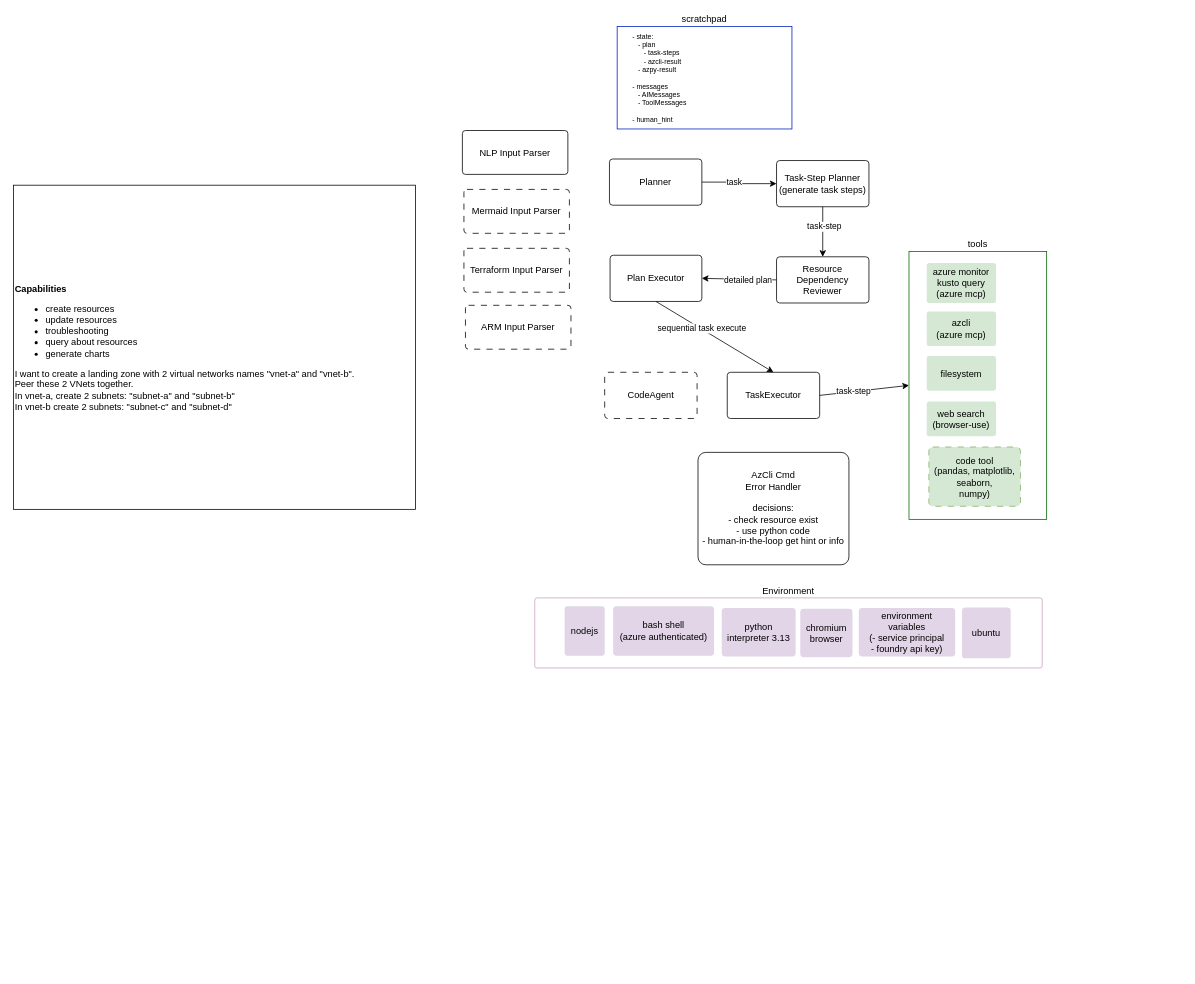
The draw.io diagram docs/system_design.drawio in weixian-zhang/lena.ai, before the edit. Source tidied: cells renumbered, new cells numbered last; positions are measured from the earlier drawing's top-left corner, leaving out a move shared by most shapes. Both pictures are drawn from the tidied source at 77%, with x=0, y=0 at pixel (13, 26).
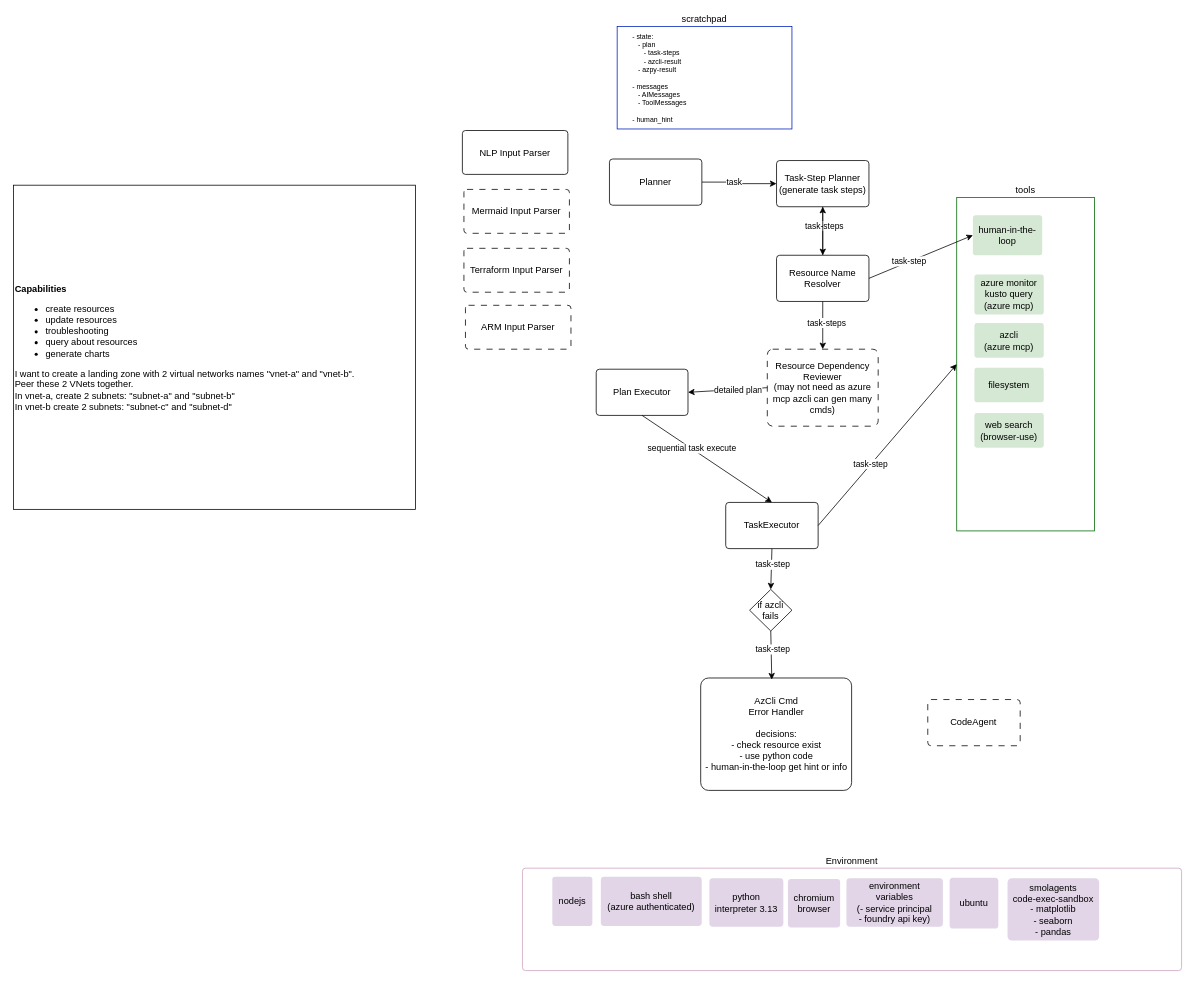
The same page after the edit.

Commit message (it also covers changes not shown here):
doc: updated system diagram

Unchanged cells that the change refers to:
```xml
<mxCell id="15" value="Task-Step Planner&lt;div&gt;(generate task steps)&lt;/div&gt;" style="rounded=1;whiteSpace=wrap;html=1;arcSize=7;" parent="1" vertex="1">
  <mxGeometry x="991" y="174" width="120" height="60" as="geometry" />
</mxCell>
```

Diff of the diagram source:
```diff
@@
     <mxCell id="3" value="tools" style="rounded=0;whiteSpace=wrap;html=1;fillColor=none;labelPosition=center;verticalLabelPosition=top;align=center;verticalAlign=bottom;strokeColor=#006600;" parent="1" vertex="1">
-      <mxGeometry x="1163" y="292" width="178.8" height="348" as="geometry" />
+      <mxGeometry x="1225" y="222" width="178.8" height="433" as="geometry" />
     </mxCell>
     <mxCell id="4" value="Environment" style="rounded=1;whiteSpace=wrap;html=1;arcSize=3;fillColor=none;strokeColor=#CDA2BE;labelPosition=center;verticalLabelPosition=top;align=center;verticalAlign=bottom;" parent="1" vertex="1">
-      <mxGeometry x="677" y="742" width="659" height="91" as="geometry" />
+      <mxGeometry x="661" y="1093" width="856" height="133" as="geometry" />
     </mxCell>
@@
     <mxCell id="8" value="TaskExecutor" style="rounded=1;whiteSpace=wrap;html=1;arcSize=7;" parent="1" vertex="1">
-      <mxGeometry x="927" y="449" width="120" height="60" as="geometry" />
+      <mxGeometry x="925" y="618" width="120" height="60" as="geometry" />
     </mxCell>
     <mxCell id="9" value="azcli&lt;div&gt;(azure mcp)&lt;/div&gt;" style="rounded=1;whiteSpace=wrap;html=1;arcSize=7;fillColor=#d5e8d4;strokeColor=none;" parent="1" vertex="1">
-      <mxGeometry x="1186" y="370" width="90" height="45" as="geometry" />
+      <mxGeometry x="1248" y="385" width="90" height="45" as="geometry" />
     </mxCell>
     <mxCell id="10" value="filesystem" style="rounded=1;whiteSpace=wrap;html=1;arcSize=7;fillColor=#d5e8d4;strokeColor=none;" parent="1" vertex="1">
-      <mxGeometry x="1186" y="428" width="90" height="45" as="geometry" />
+      <mxGeometry x="1248" y="443" width="90" height="45" as="geometry" />
     </mxCell>
     <mxCell id="11" value="azure monitor&lt;div&gt;kusto query&lt;/div&gt;&lt;div&gt;(azure mcp)&lt;/div&gt;" style="rounded=1;whiteSpace=wrap;html=1;arcSize=7;fillColor=#d5e8d4;strokeColor=none;" parent="1" vertex="1">
-      <mxGeometry x="1186" y="307" width="90" height="52" as="geometry" />
+      <mxGeometry x="1248" y="322" width="90" height="52" as="geometry" />
     </mxCell>
     <mxCell id="12" value="bash shell&lt;div&gt;(azure authenticated)&lt;/div&gt;" style="rounded=1;whiteSpace=wrap;html=1;arcSize=7;fillColor=#e1d5e7;strokeColor=none;" parent="1" vertex="1">
-      <mxGeometry x="778.8" y="753" width="131" height="64" as="geometry" />
+      <mxGeometry x="762.8" y="1104" width="131" height="64" as="geometry" />
     </mxCell>
     <mxCell id="13" value="python&lt;div&gt;interpreter&amp;nbsp;&lt;span style=&quot;background-color: transparent; color: light-dark(rgb(0, 0, 0), rgb(255, 255, 255));&quot;&gt;3.13&lt;/span&gt;&lt;/div&gt;" style="rounded=1;whiteSpace=wrap;html=1;arcSize=7;fillColor=#e1d5e7;strokeColor=none;" parent="1" vertex="1">
-      <mxGeometry x="919.8" y="755" width="96" height="63" as="geometry" />
+      <mxGeometry x="903.8" y="1106" width="96" height="63" as="geometry" />
     </mxCell>
     <mxCell id="14" value="ubuntu" style="rounded=1;whiteSpace=wrap;html=1;arcSize=7;fillColor=#e1d5e7;strokeColor=none;" parent="1" vertex="1">
-      <mxGeometry x="1231.8" y="754.5" width="63.2" height="66" as="geometry" />
+      <mxGeometry x="1215.8" y="1105.5" width="63.2" height="66" as="geometry" />
     </mxCell>
@@
     <mxCell id="16" value="chromium&lt;div&gt;browser&lt;/div&gt;" style="rounded=1;whiteSpace=wrap;html=1;arcSize=7;fillColor=#e1d5e7;strokeColor=none;" parent="1" vertex="1">
-      <mxGeometry x="1021.8" y="756" width="67.8" height="63" as="geometry" />
+      <mxGeometry x="1005.8" y="1107" width="67.8" height="63" as="geometry" />
     </mxCell>
     <mxCell id="17" value="&lt;div&gt;web search&lt;/div&gt;(browser-use)" style="rounded=1;whiteSpace=wrap;html=1;arcSize=7;fillColor=#d5e8d4;strokeColor=none;" parent="1" vertex="1">
-      <mxGeometry x="1186" y="487" width="90" height="45" as="geometry" />
+      <mxGeometry x="1248" y="502" width="90" height="45" as="geometry" />
     </mxCell>
     <mxCell id="18" value="environment&lt;div&gt;variables&lt;/div&gt;&lt;div&gt;(- service principal&lt;/div&gt;&lt;div&gt;- foundry api key)&lt;/div&gt;" style="rounded=1;whiteSpace=wrap;html=1;arcSize=7;fillColor=#e1d5e7;strokeColor=none;" parent="1" vertex="1">
-      <mxGeometry x="1097.8" y="755" width="125.2" height="63" as="geometry" />
+      <mxGeometry x="1081.8" y="1106" width="125.2" height="63" as="geometry" />
     </mxCell>
@@
-    <mxCell id="25" style="endArrow=classic;html=1;rounded=0;entryX=0.5;entryY=0;entryDx=0;entryDy=0;exitX=0.5;exitY=1;exitDx=0;exitDy=0;" parent="1" edge="1" source="15" target="30">
+    <mxCell id="25" style="endArrow=classic;html=1;rounded=0;exitX=0.5;exitY=1;exitDx=0;exitDy=0;" parent="1" edge="1" source="15" target="40">
       <mxGeometry relative="1" as="geometry" />
     </mxCell>
-    <mxCell id="26" value="task-step" style="edgeLabel;html=1;align=center;verticalAlign=middle;" parent="25" vertex="1">
+    <mxCell id="26" value="task-steps" style="edgeLabel;html=1;align=center;verticalAlign=middle;" parent="25" vertex="1">
       <mxGeometry x="-0.24" y="1" relative="1" as="geometry" />
     </mxCell>
@@
     <mxCell id="29" value="nodejs" style="rounded=1;whiteSpace=wrap;html=1;arcSize=7;fillColor=#e1d5e7;strokeColor=none;" parent="1" vertex="1">
-      <mxGeometry x="715.8" y="753" width="52" height="64" as="geometry" />
+      <mxGeometry x="699.8" y="1104" width="52" height="64" as="geometry" />
     </mxCell>
-    <mxCell id="30" value="Resource Dependency&lt;div&gt;Reviewer&lt;/div&gt;" style="rounded=1;whiteSpace=wrap;html=1;arcSize=7;" parent="1" vertex="1">
-      <mxGeometry x="991" y="299" width="120" height="60" as="geometry" />
+    <mxCell id="30" value="Resource Dependency&lt;div&gt;Reviewer&lt;/div&gt;&lt;div&gt;(may not need as azure mcp azcli can gen many cmds)&lt;/div&gt;" style="rounded=1;whiteSpace=wrap;html=1;arcSize=7;dashed=1;dashPattern=8 8;" parent="1" vertex="1">
+      <mxGeometry x="979" y="419" width="144" height="100" as="geometry" />
     </mxCell>
     <mxCell id="31" value="CodeAgent" style="rounded=1;whiteSpace=wrap;html=1;arcSize=7;dashed=1;dashPattern=8 8;" parent="1" vertex="1">
-      <mxGeometry x="767.8" y="449" width="120" height="60" as="geometry" />
+      <mxGeometry x="1187.4" y="874" width="120" height="60" as="geometry" />
     </mxCell>
-    <mxCell id="32" value="code tool&lt;div&gt;(pandas, matplotlib,&lt;/div&gt;&lt;div&gt;seaborn,&lt;/div&gt;&lt;div&gt;numpy)&lt;/div&gt;" style="rounded=1;whiteSpace=wrap;html=1;arcSize=7;dashed=1;dashPattern=8 8;fillColor=#d5e8d4;strokeColor=#82b366;" parent="1" vertex="1">
-      <mxGeometry x="1188.8" y="546" width="119" height="77" as="geometry" />
-    </mxCell>
     <mxCell id="33" value="Plan Executor" style="rounded=1;whiteSpace=wrap;html=1;arcSize=7;" parent="1" vertex="1">
-      <mxGeometry x="774.8" y="297" width="119.2" height="60" as="geometry" />
+      <mxGeometry x="756.8" y="445" width="119.2" height="60" as="geometry" />
     </mxCell>
@@
     <mxCell id="38" value="AzCli Cmd&lt;div&gt;Error Handler&lt;/div&gt;&lt;div&gt;&lt;br&gt;&lt;/div&gt;&lt;div&gt;decisions:&lt;/div&gt;&lt;div&gt;- check resource exist&lt;/div&gt;&lt;div&gt;- use python code&lt;/div&gt;&lt;div&gt;- human-in-the-loop get hint or info&lt;/div&gt;" style="rounded=1;whiteSpace=wrap;html=1;arcSize=7;" parent="1" vertex="1">
-      <mxGeometry x="889" y="553" width="196" height="146" as="geometry" />
+      <mxGeometry x="892.5" y="846" width="196" height="146" as="geometry" />
     </mxCell>
+    <mxCell id="39" style="edgeStyle=orthogonalEdgeStyle;rounded=0;jettySize=auto;html=1;" parent="1" edge="1" source="40" target="15">
+      <mxGeometry relative="1" as="geometry" />
+    </mxCell>
+    <mxCell id="40" value="Resource Name&lt;div&gt;Resolver&lt;/div&gt;" style="rounded=1;whiteSpace=wrap;html=1;arcSize=7;" parent="1" vertex="1">
+      <mxGeometry x="991" y="297" width="120" height="60" as="geometry" />
+    </mxCell>
+    <mxCell id="41" value="human-in-the-loop" style="rounded=1;whiteSpace=wrap;html=1;arcSize=7;fillColor=#d5e8d4;strokeColor=none;" parent="1" vertex="1">
+      <mxGeometry x="1246" y="245" width="90" height="52" as="geometry" />
+    </mxCell>
+    <mxCell id="42" style="endArrow=classic;html=1;rounded=0;entryX=0;entryY=0.5;entryDx=0;entryDy=0;exitX=1;exitY=0.5;exitDx=0;exitDy=0;" parent="1" edge="1" source="40" target="41">
+      <mxGeometry relative="1" as="geometry" />
+    </mxCell>
+    <mxCell id="43" value="task-step" style="edgeLabel;html=1;align=center;verticalAlign=middle;" parent="42" vertex="1">
+      <mxGeometry x="-0.24" y="1" relative="1" as="geometry" />
+    </mxCell>
+    <mxCell id="44" style="endArrow=classic;html=1;rounded=0;entryX=0.5;entryY=0;entryDx=0;entryDy=0;exitX=0.5;exitY=1;exitDx=0;exitDy=0;" parent="1" edge="1" source="40" target="30">
+      <mxGeometry relative="1" as="geometry" />
+    </mxCell>
+    <mxCell id="45" value="task-steps" style="edgeLabel;html=1;align=center;verticalAlign=middle;" parent="44" vertex="1">
+      <mxGeometry x="-0.13" y="4" relative="1" as="geometry" />
+    </mxCell>
+    <mxCell id="46" value="if azcli fails" style="rhombus;whiteSpace=wrap;html=1;" parent="1" vertex="1">
+      <mxGeometry x="956" y="731" width="55" height="54" as="geometry" />
+    </mxCell>
+    <mxCell id="47" style="endArrow=classic;html=1;rounded=0;entryX=0.5;entryY=0;entryDx=0;entryDy=0;exitX=0.5;exitY=1;exitDx=0;exitDy=0;" parent="1" edge="1" source="8" target="46">
+      <mxGeometry relative="1" as="geometry" />
+    </mxCell>
+    <mxCell id="48" value="task-step" style="edgeLabel;html=1;align=center;verticalAlign=middle;" parent="47" vertex="1">
+      <mxGeometry x="-0.24" y="1" relative="1" as="geometry" />
+    </mxCell>
+    <mxCell id="49" style="endArrow=classic;html=1;rounded=0;entryX=0.471;entryY=0.014;entryDx=0;entryDy=0;exitX=0.5;exitY=1;exitDx=0;exitDy=0;entryPerimeter=0;" parent="1" edge="1" source="46" target="38">
+      <mxGeometry relative="1" as="geometry" />
+    </mxCell>
+    <mxCell id="50" value="task-step" style="edgeLabel;html=1;align=center;verticalAlign=middle;" parent="49" vertex="1">
+      <mxGeometry x="-0.24" y="1" relative="1" as="geometry" />
+    </mxCell>
+    <mxCell id="51" value="smolagents&lt;div&gt;code-exec-sandbox&lt;/div&gt;&lt;div&gt;- matplotlib&lt;/div&gt;&lt;div&gt;- seaborn&lt;/div&gt;&lt;div&gt;- pandas&lt;/div&gt;" style="rounded=1;whiteSpace=wrap;html=1;arcSize=7;fillColor=#e1d5e7;strokeColor=none;" parent="1" vertex="1">
+      <mxGeometry x="1291" y="1106" width="119" height="81" as="geometry" />
+    </mxCell>
```
